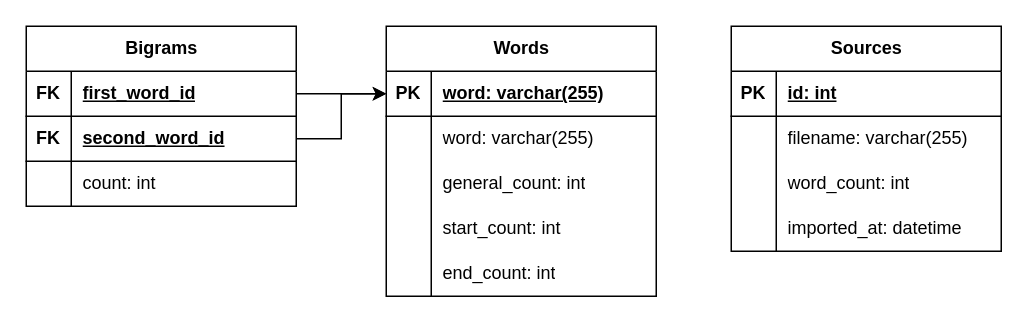
Above: src/main/db_schema.drawio in SarayuGajula/sentence-generation (draw.io), before the change. Source tidied: cells renumbered, new cells numbered last; positions are measured from the earlier drawing's top-left corner, leaving out a move shared by most shapes. Both pictures are drawn from the tidied source at 150%, with x=0, y=0 at pixel (26, 26).
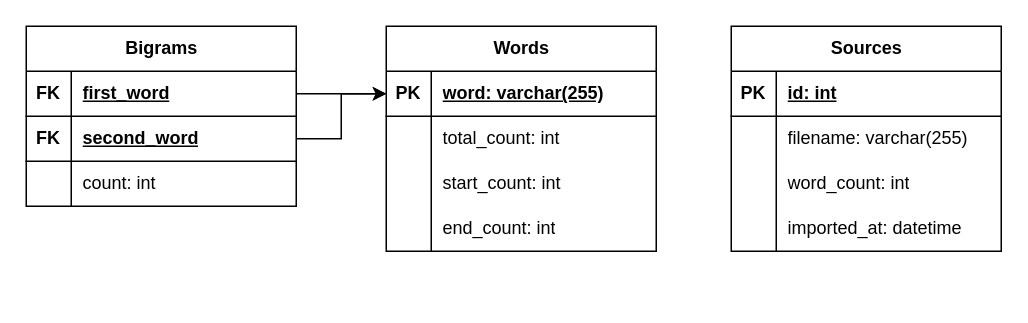
Above is the later version.

Commit message (it also covers changes not shown here):
Minor fixes to DB schema drawing and SQL table creation file

The change refers to these unchanged cells:
```xml
<mxCell id="32" style="shape=tableRow;horizontal=0;startSize=0;swimlaneHead=0;swimlaneBody=0;fillColor=none;points=[[0,0.5],[1,0.5]];portConstraint=eastwest;top=0;left=0;right=0;bottom=1;" parent="31" vertex="1">
  <mxGeometry y="30" width="180" height="30" as="geometry" />
</mxCell>
<mxCell id="35" style="shape=tableRow;horizontal=0;startSize=0;swimlaneHead=0;swimlaneBody=0;fillColor=none;points=[[0,0.5],[1,0.5]];portConstraint=eastwest;top=0;left=0;right=0;bottom=1;" parent="31" vertex="1">
  <mxGeometry y="60" width="180" height="30" as="geometry" />
</mxCell>
```

What changed in the source:
```diff
@@
     <mxCell id="2" value="Words" style="shape=table;startSize=30;childLayout=tableLayout;rowLines=0;fontStyle=1;align=center;html=1;" parent="1" vertex="1">
-      <mxGeometry x="240" width="180" height="180" as="geometry" />
+      <mxGeometry x="240" width="180" height="150" as="geometry" />
     </mxCell>
@@
-    <mxCell id="6" style="shape=tableRow;horizontal=0;startSize=0;swimlaneHead=0;swimlaneBody=0;fillColor=none;top=0;left=0;right=0;bottom=0;" parent="2" vertex="1">
-      <mxGeometry y="60" width="180" height="30" as="geometry" />
-    </mxCell>
-    <mxCell id="7" style="shape=partialRectangle;fillColor=none;top=0;left=0;bottom=0;right=0;overflow=hidden;whiteSpace=wrap;html=1;" parent="6" vertex="1">
-      <mxGeometry width="30" height="30" as="geometry" />
-    </mxCell>
-    <mxCell id="8" value="word: varchar(255)" style="shape=partialRectangle;fillColor=none;top=0;left=0;bottom=0;right=0;align=left;spacingLeft=6;overflow=hidden;whiteSpace=wrap;html=1;" parent="6" vertex="1">
-      <mxGeometry x="30" width="150" height="30" as="geometry" />
-    </mxCell>
     <mxCell id="9" style="shape=tableRow;horizontal=0;startSize=0;swimlaneHead=0;swimlaneBody=0;fillColor=none;top=0;left=0;right=0;bottom=0;" parent="2" vertex="1">
-      <mxGeometry y="90" width="180" height="30" as="geometry" />
+      <mxGeometry y="60" width="180" height="30" as="geometry" />
     </mxCell>
@@
-    <mxCell id="11" value="general_count: int" style="shape=partialRectangle;fillColor=none;top=0;left=0;bottom=0;right=0;align=left;spacingLeft=6;overflow=hidden;whiteSpace=wrap;html=1;" parent="9" vertex="1">
+    <mxCell id="11" value="total_count: int" style="shape=partialRectangle;fillColor=none;top=0;left=0;bottom=0;right=0;align=left;spacingLeft=6;overflow=hidden;whiteSpace=wrap;html=1;" parent="9" vertex="1">
       <mxGeometry x="30" width="150" height="30" as="geometry" />
     </mxCell>
     <mxCell id="12" style="shape=tableRow;horizontal=0;startSize=0;swimlaneHead=0;swimlaneBody=0;fillColor=none;top=0;left=0;right=0;bottom=0;" parent="2" vertex="1">
-      <mxGeometry y="120" width="180" height="30" as="geometry" />
+      <mxGeometry y="90" width="180" height="30" as="geometry" />
     </mxCell>
@@
     <mxCell id="15" style="shape=tableRow;horizontal=0;startSize=0;swimlaneHead=0;swimlaneBody=0;fillColor=none;top=0;left=0;right=0;bottom=0;" parent="2" vertex="1">
-      <mxGeometry y="150" width="180" height="30" as="geometry" />
+      <mxGeometry y="120" width="180" height="30" as="geometry" />
     </mxCell>
@@
-    <mxCell id="34" value="first_word_id" style="shape=partialRectangle;fillColor=none;top=0;left=0;bottom=0;right=0;align=left;spacingLeft=6;fontStyle=5;overflow=hidden;whiteSpace=wrap;html=1;" parent="32" vertex="1">
+    <mxCell id="34" value="first_word" style="shape=partialRectangle;fillColor=none;top=0;left=0;bottom=0;right=0;align=left;spacingLeft=6;fontStyle=5;overflow=hidden;whiteSpace=wrap;html=1;" parent="32" vertex="1">
       <mxGeometry x="30" width="150" height="30" as="geometry" />
     </mxCell>
@@
-    <mxCell id="37" value="second_word_id" style="shape=partialRectangle;fillColor=none;top=0;left=0;bottom=0;right=0;align=left;spacingLeft=6;fontStyle=5;overflow=hidden;whiteSpace=wrap;html=1;" parent="35" vertex="1">
+    <mxCell id="37" value="second_word" style="shape=partialRectangle;fillColor=none;top=0;left=0;bottom=0;right=0;align=left;spacingLeft=6;fontStyle=5;overflow=hidden;whiteSpace=wrap;html=1;" parent="35" vertex="1">
       <mxGeometry x="30" width="150" height="30" as="geometry" />
     </mxCell>
```
